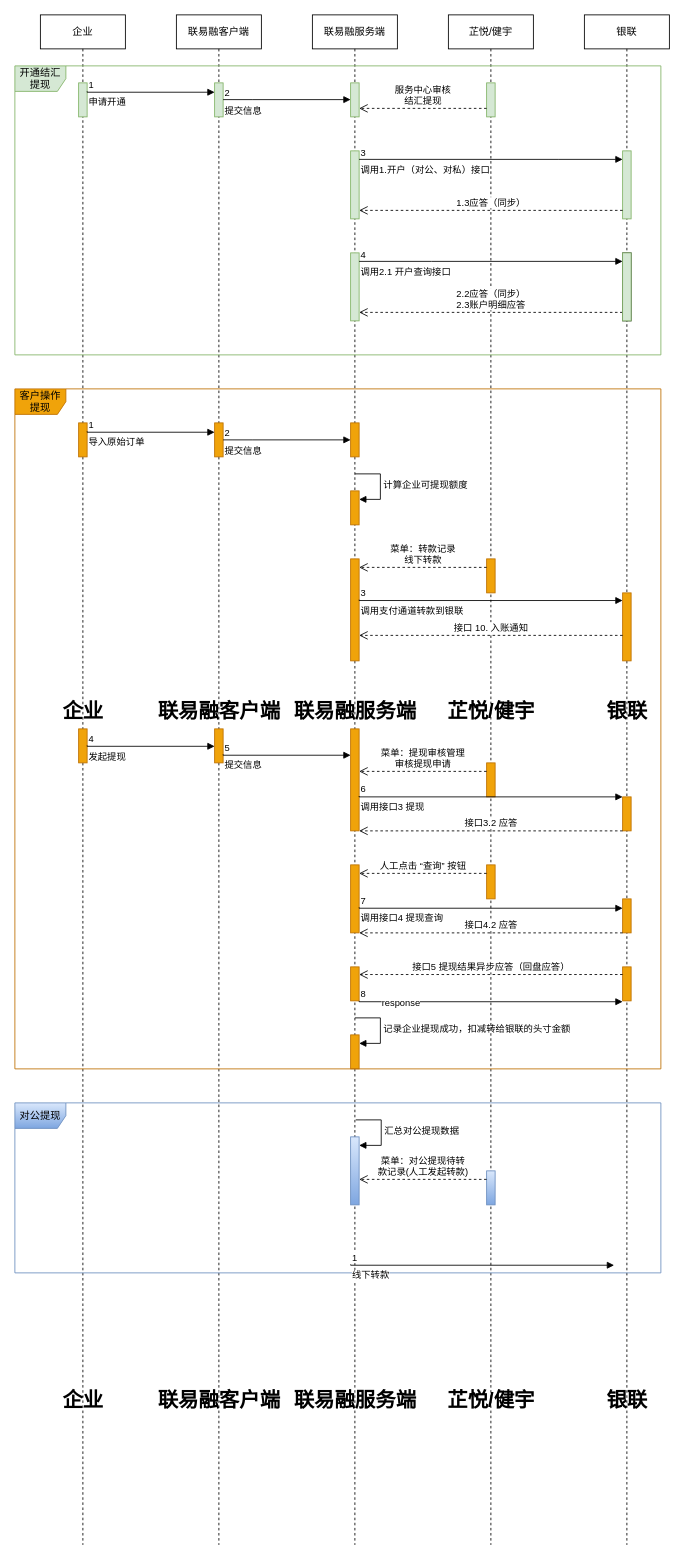
The draw.io diagram LLSI/银联结汇提现流程.drawio in 0573xieguojia/To-program, before the edit. Source tidied: cells renumbered, new cells numbered last; positions are measured from the earlier drawing's top-left corner, leaving out a move shared by most shapes. Both pictures are drawn from the tidied source at 85%, with x=0, y=0 at pixel (14, 14).
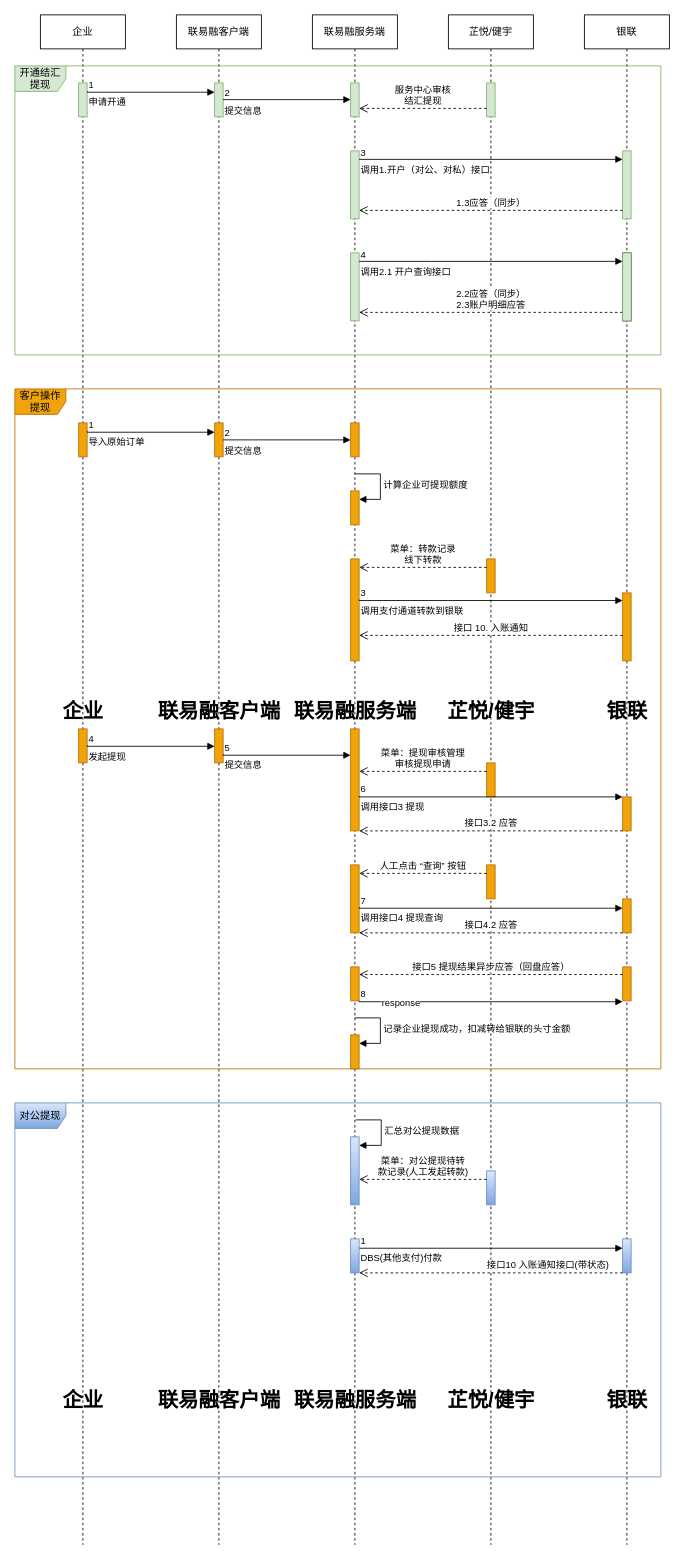
The same page after the edit.

Commit message:
更新银联结汇提现流程.drawio

Diff of the diagram source:
```diff
@@
     <mxCell id="77" value="对公提现" style="shape=umlFrame;whiteSpace=wrap;html=1;fillColor=#dae8fc;gradientColor=#7ea6e0;strokeColor=#6c8ebf;" parent="1" vertex="1">
-      <mxGeometry y="1280" width="760" height="200" as="geometry" />
+      <mxGeometry y="1280" width="760" height="440" as="geometry" />
     </mxCell>
@@
-    <mxCell id="86" value="线下转款" style="endArrow=block;endFill=1;html=1;edgeStyle=orthogonalEdgeStyle;align=left;verticalAlign=top;rounded=0;" parent="1" edge="1">
+    <mxCell id="86" value="DBS(其他支付)付款" style="endArrow=block;endFill=1;html=1;edgeStyle=orthogonalEdgeStyle;align=left;verticalAlign=top;rounded=0;" parent="1" edge="1">
       <mxGeometry x="-1" relative="1" as="geometry">
-        <mxPoint x="395" y="1470" as="sourcePoint" />
-        <mxPoint x="705" y="1471" as="targetPoint" />
+        <mxPoint x="405" y="1450" as="sourcePoint" />
+        <mxPoint x="715" y="1451" as="targetPoint" />
         <Array as="points">
-          <mxPoint x="395" y="1471" />
+          <mxPoint x="405" y="1451" />
         </Array>
       </mxGeometry>
     </mxCell>
@@
+    <mxCell id="89" style="html=1;perimeter=orthogonalPerimeter;targetShapes=umlLifeline;newEdgeStyle={&quot;edgeStyle&quot;:&quot;elbowEdgeStyle&quot;,&quot;elbow&quot;:&quot;vertical&quot;,&quot;curved&quot;:0,&quot;rounded&quot;:0};fillColor=#dae8fc;gradientColor=#7ea6e0;strokeColor=#6c8ebf;" parent="1" vertex="1">
+      <mxGeometry x="395" y="1440" width="10" height="40" as="geometry" />
+    </mxCell>
+    <mxCell id="90" style="html=1;points=[];perimeter=orthogonalPerimeter;outlineConnect=0;targetShapes=umlLifeline;portConstraint=eastwest;newEdgeStyle={&quot;edgeStyle&quot;:&quot;elbowEdgeStyle&quot;,&quot;elbow&quot;:&quot;vertical&quot;,&quot;curved&quot;:0,&quot;rounded&quot;:0};fillColor=#dae8fc;gradientColor=#7ea6e0;strokeColor=#6c8ebf;" parent="1" vertex="1">
+      <mxGeometry x="715" y="1440" width="10" height="40" as="geometry" />
+    </mxCell>
+    <mxCell id="91" value="接口10 入账通知接口(带状态)" style="html=1;verticalAlign=bottom;endArrow=open;dashed=1;endSize=8;edgeStyle=elbowEdgeStyle;elbow=vertical;curved=0;rounded=0;" parent="1" edge="1" source="90">
+      <mxGeometry x="-0.43" relative="1" as="geometry">
+        <mxPoint x="405" y="1480" as="targetPoint" />
+        <Array as="points">
+          <mxPoint x="430" y="1480" />
+        </Array>
+      </mxGeometry>
+    </mxCell>
```
